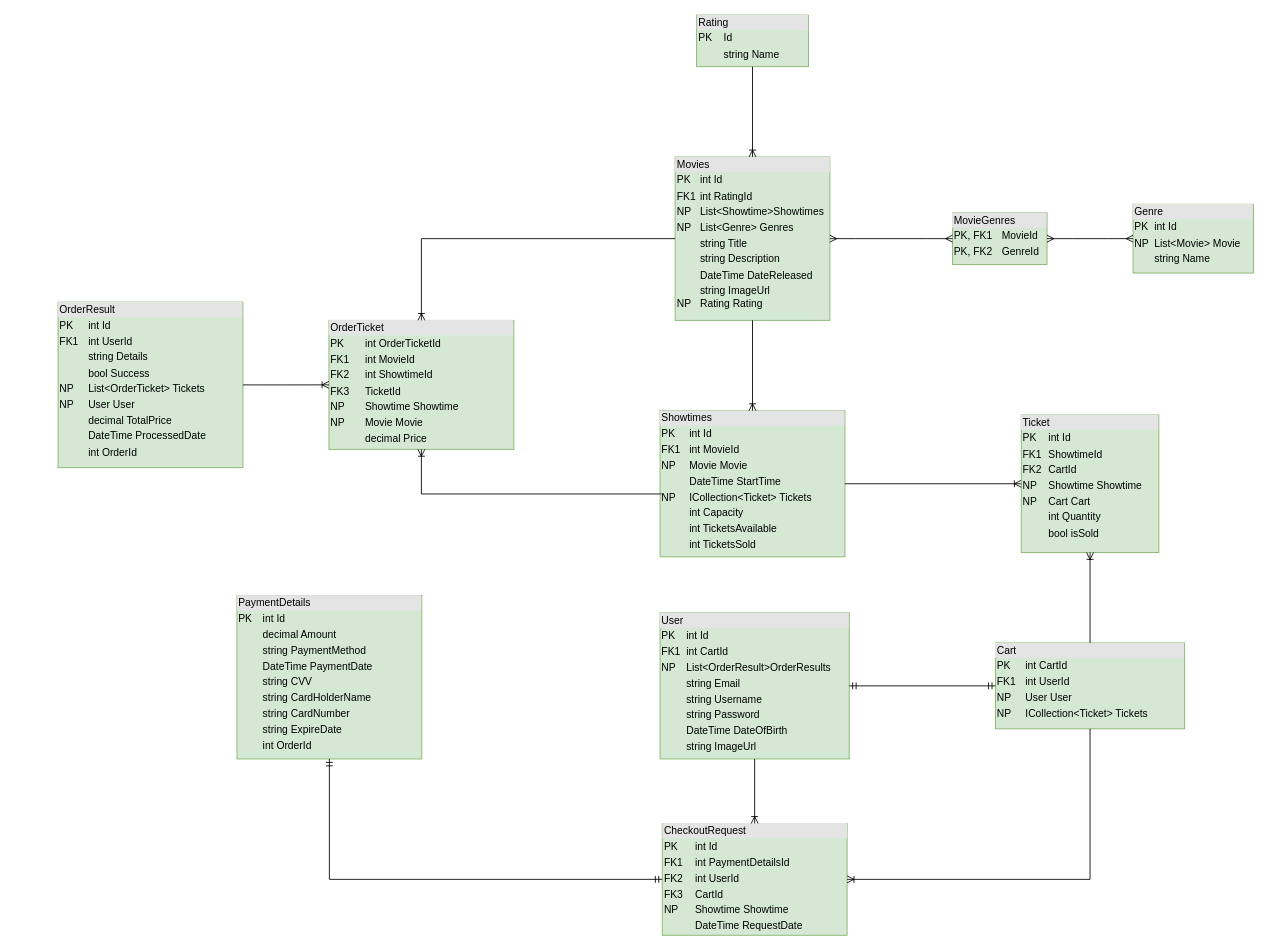
Jackson-Williams-15/CockyMovies keeps this draw.io diagram as CM.API/Untitled Diagram.drawio. Above is the earlier version. Source tidied: cells renumbered, new cells numbered last; positions are measured from the earlier drawing's top-left corner, leaving out a move shared by most shapes. Both pictures are drawn from the tidied source at 86%, with x=0, y=0 at pixel (58, 15).
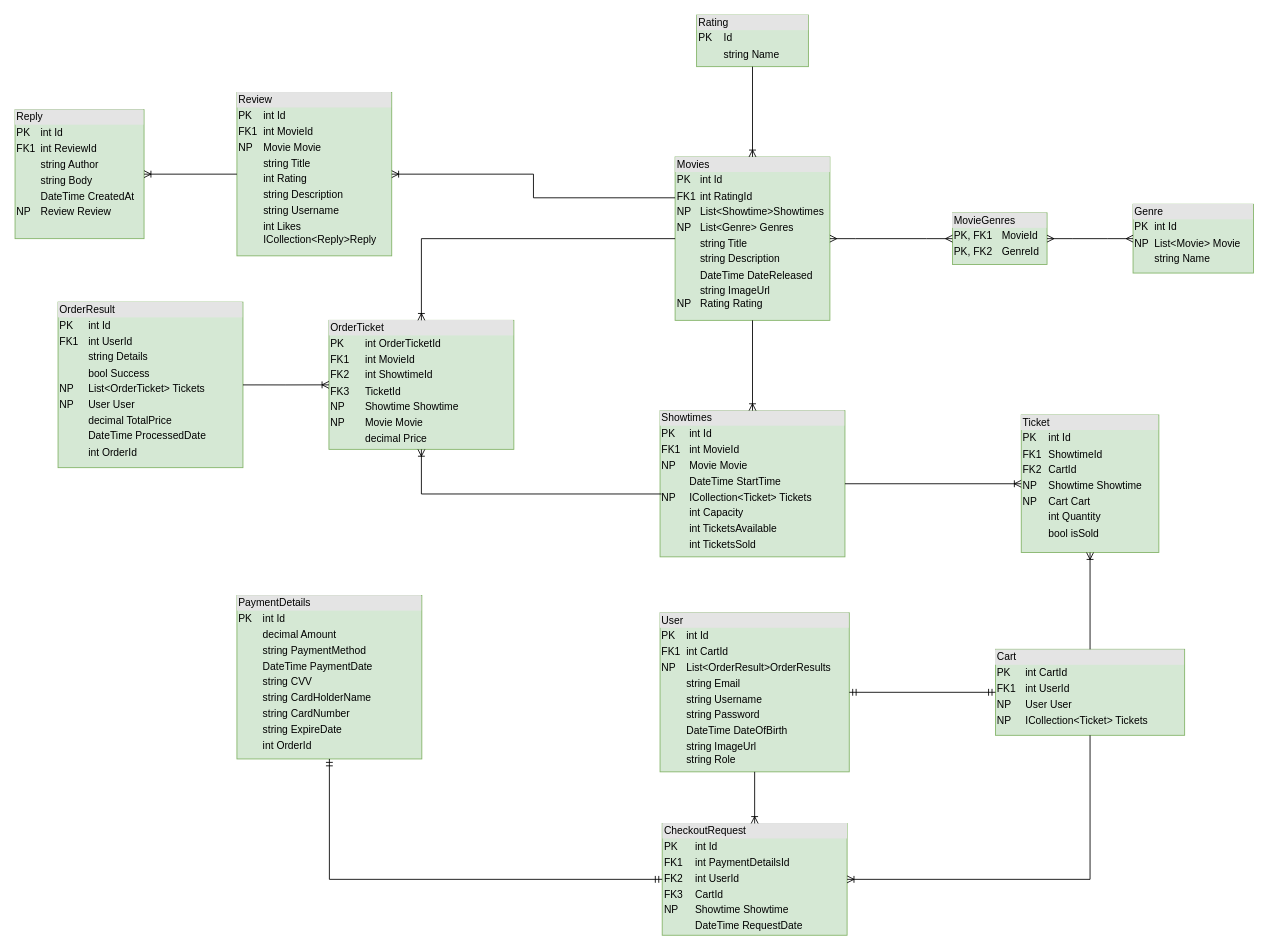
The same diagram, later.

The change refers to these unchanged cells:
```xml
<mxCell id="2" value="&lt;div style=&quot;box-sizing:border-box;width:100%;background:#e4e4e4;padding:2px;&quot;&gt;Movies&lt;/div&gt;&lt;table style=&quot;width:100%;font-size:1em;&quot; cellpadding=&quot;2&quot; cellspacing=&quot;0&quot;&gt;&lt;tbody&gt;&lt;tr&gt;&lt;td&gt;PK&lt;/td&gt;&lt;td&gt;int Id&lt;/td&gt;&lt;/tr&gt;&lt;tr&gt;&lt;td&gt;FK1&lt;/td&gt;&lt;td&gt;int RatingId&lt;/td&gt;&lt;/tr&gt;&lt;tr&gt;&lt;td&gt;NP&lt;/td&gt;&lt;td&gt;List&amp;lt;Showtime&amp;gt;Showtimes&lt;/td&gt;&lt;/tr&gt;&lt;tr&gt;&lt;td&gt;NP&lt;/td&gt;&lt;td&gt;List&amp;lt;Genre&amp;gt; Genres&lt;/td&gt;&lt;/tr&gt;&lt;tr&gt;&lt;td&gt;&lt;br&gt;&lt;/td&gt;&lt;td&gt;string Title&lt;/td&gt;&lt;/tr&gt;&lt;tr&gt;&lt;td&gt;&lt;br&gt;&lt;/td&gt;&lt;td&gt;string Description&lt;/td&gt;&lt;/tr&gt;&lt;tr&gt;&lt;td&gt;&lt;br&gt;&lt;/td&gt;&lt;td&gt;DateTime DateReleased&lt;/td&gt;&lt;/tr&gt;&lt;tr&gt;&lt;td&gt;NP&lt;/td&gt;&lt;td&gt;string ImageUrl&lt;br&gt;Rating Rating&lt;br&gt;&lt;br&gt;&lt;/td&gt;&lt;/tr&gt;&lt;/tbody&gt;&lt;/table&gt;" style="verticalAlign=top;align=left;overflow=fill;html=1;whiteSpace=wrap;fillColor=#d5e8d4;strokeColor=#82b366;" parent="1" vertex="1">
  <mxGeometry x="717.5" y="165" width="180" height="190" as="geometry" />
</mxCell>
```

Diff of the diagram source:
```diff
@@
     <mxCell id="11" value="&lt;div style=&quot;box-sizing:border-box;width:100%;background:#e4e4e4;padding:2px;&quot;&gt;Cart&lt;/div&gt;&lt;table style=&quot;width:100%;font-size:1em;&quot; cellpadding=&quot;2&quot; cellspacing=&quot;0&quot;&gt;&lt;tbody&gt;&lt;tr&gt;&lt;td&gt;PK&lt;/td&gt;&lt;td&gt;int CartId&lt;/td&gt;&lt;/tr&gt;&lt;tr&gt;&lt;td&gt;FK1&lt;/td&gt;&lt;td&gt;int UserId&lt;/td&gt;&lt;/tr&gt;&lt;tr&gt;&lt;td&gt;NP&lt;/td&gt;&lt;td&gt;User User&lt;/td&gt;&lt;/tr&gt;&lt;tr&gt;&lt;td&gt;NP&lt;/td&gt;&lt;td&gt;ICollection&amp;lt;Ticket&amp;gt; Tickets&lt;/td&gt;&lt;/tr&gt;&lt;tr&gt;&lt;td&gt;&lt;br&gt;&lt;/td&gt;&lt;td&gt;&lt;/td&gt;&lt;/tr&gt;&lt;tr&gt;&lt;td&gt;&lt;br&gt;&lt;/td&gt;&lt;td&gt;&lt;br&gt;&lt;br&gt;&lt;/td&gt;&lt;/tr&gt;&lt;/tbody&gt;&lt;/table&gt;" style="verticalAlign=top;align=left;overflow=fill;html=1;whiteSpace=wrap;fillColor=#d5e8d4;strokeColor=#82b366;" parent="1" vertex="1">
-      <mxGeometry x="1090" y="730" width="220" height="100" as="geometry" />
+      <mxGeometry x="1090" y="737.5" width="220" height="100" as="geometry" />
     </mxCell>
-    <mxCell id="12" value="&lt;div style=&quot;box-sizing:border-box;width:100%;background:#e4e4e4;padding:2px;&quot;&gt;User&lt;/div&gt;&lt;table style=&quot;width:100%;font-size:1em;&quot; cellpadding=&quot;2&quot; cellspacing=&quot;0&quot;&gt;&lt;tbody&gt;&lt;tr&gt;&lt;td&gt;PK&lt;/td&gt;&lt;td&gt;int Id&lt;/td&gt;&lt;/tr&gt;&lt;tr&gt;&lt;td&gt;FK1&lt;/td&gt;&lt;td&gt;int CartId&lt;/td&gt;&lt;/tr&gt;&lt;tr&gt;&lt;td&gt;NP&lt;/td&gt;&lt;td&gt;List&amp;lt;OrderResult&amp;gt;OrderResults&lt;/td&gt;&lt;/tr&gt;&lt;tr&gt;&lt;td&gt;&lt;br&gt;&lt;/td&gt;&lt;td&gt;string Email&lt;/td&gt;&lt;/tr&gt;&lt;tr&gt;&lt;td&gt;&lt;br&gt;&lt;/td&gt;&lt;td&gt;string Username&lt;/td&gt;&lt;/tr&gt;&lt;tr&gt;&lt;td&gt;&lt;br&gt;&lt;/td&gt;&lt;td&gt;string Password&lt;/td&gt;&lt;/tr&gt;&lt;tr&gt;&lt;td&gt;&lt;br&gt;&lt;/td&gt;&lt;td&gt;DateTime DateOfBirth&lt;/td&gt;&lt;/tr&gt;&lt;tr&gt;&lt;td&gt;&lt;br&gt;&lt;/td&gt;&lt;td&gt;string ImageUrl&lt;br&gt;&lt;br&gt;&lt;/td&gt;&lt;/tr&gt;&lt;/tbody&gt;&lt;/table&gt;" style="verticalAlign=top;align=left;overflow=fill;html=1;whiteSpace=wrap;fillColor=#d5e8d4;strokeColor=#82b366;" parent="1" vertex="1">
-      <mxGeometry x="700" y="695" width="220" height="170" as="geometry" />
+    <mxCell id="12" value="&lt;div style=&quot;box-sizing:border-box;width:100%;background:#e4e4e4;padding:2px;&quot;&gt;User&lt;/div&gt;&lt;table style=&quot;width:100%;font-size:1em;&quot; cellpadding=&quot;2&quot; cellspacing=&quot;0&quot;&gt;&lt;tbody&gt;&lt;tr&gt;&lt;td&gt;PK&lt;/td&gt;&lt;td&gt;int Id&lt;/td&gt;&lt;/tr&gt;&lt;tr&gt;&lt;td&gt;FK1&lt;/td&gt;&lt;td&gt;int CartId&lt;/td&gt;&lt;/tr&gt;&lt;tr&gt;&lt;td&gt;NP&lt;/td&gt;&lt;td&gt;List&amp;lt;OrderResult&amp;gt;OrderResults&lt;/td&gt;&lt;/tr&gt;&lt;tr&gt;&lt;td&gt;&lt;br&gt;&lt;/td&gt;&lt;td&gt;string Email&lt;/td&gt;&lt;/tr&gt;&lt;tr&gt;&lt;td&gt;&lt;br&gt;&lt;/td&gt;&lt;td&gt;string Username&lt;/td&gt;&lt;/tr&gt;&lt;tr&gt;&lt;td&gt;&lt;br&gt;&lt;/td&gt;&lt;td&gt;string Password&lt;/td&gt;&lt;/tr&gt;&lt;tr&gt;&lt;td&gt;&lt;br&gt;&lt;/td&gt;&lt;td&gt;DateTime DateOfBirth&lt;/td&gt;&lt;/tr&gt;&lt;tr&gt;&lt;td&gt;&lt;br&gt;&lt;/td&gt;&lt;td&gt;string ImageUrl&lt;br&gt;string Role&lt;/td&gt;&lt;/tr&gt;&lt;/tbody&gt;&lt;/table&gt;" style="verticalAlign=top;align=left;overflow=fill;html=1;whiteSpace=wrap;fillColor=#d5e8d4;strokeColor=#82b366;" parent="1" vertex="1">
+      <mxGeometry x="700" y="695" width="220" height="185" as="geometry" />
     </mxCell>
@@
+    <mxCell id="27" value="&lt;div style=&quot;box-sizing:border-box;width:100%;background:#e4e4e4;padding:2px;&quot;&gt;Review&lt;/div&gt;&lt;table style=&quot;width:100%;font-size:1em;&quot; cellpadding=&quot;2&quot; cellspacing=&quot;0&quot;&gt;&lt;tbody&gt;&lt;tr&gt;&lt;td&gt;PK&lt;/td&gt;&lt;td&gt;int Id&lt;/td&gt;&lt;/tr&gt;&lt;tr&gt;&lt;td&gt;FK1&lt;/td&gt;&lt;td&gt;int MovieId&lt;/td&gt;&lt;/tr&gt;&lt;tr&gt;&lt;td&gt;NP&lt;/td&gt;&lt;td&gt;Movie Movie&lt;/td&gt;&lt;/tr&gt;&lt;tr&gt;&lt;td&gt;&lt;br&gt;&lt;/td&gt;&lt;td&gt;string Title&lt;/td&gt;&lt;/tr&gt;&lt;tr&gt;&lt;td&gt;&lt;br&gt;&lt;/td&gt;&lt;td&gt;int Rating&lt;/td&gt;&lt;/tr&gt;&lt;tr&gt;&lt;td&gt;&lt;br&gt;&lt;/td&gt;&lt;td&gt;string Description&lt;/td&gt;&lt;/tr&gt;&lt;tr&gt;&lt;td&gt;&lt;br&gt;&lt;/td&gt;&lt;td&gt;string Username&lt;/td&gt;&lt;/tr&gt;&lt;tr&gt;&lt;td&gt;&lt;br&gt;&lt;/td&gt;&lt;td&gt;int Likes&lt;br&gt;ICollection&amp;lt;Reply&amp;gt;Reply&lt;br&gt;&lt;br&gt;&lt;/td&gt;&lt;/tr&gt;&lt;/tbody&gt;&lt;/table&gt;" style="verticalAlign=top;align=left;overflow=fill;html=1;whiteSpace=wrap;fillColor=#d5e8d4;strokeColor=#82b366;" parent="1" vertex="1">
+      <mxGeometry x="208" y="90" width="180" height="190" as="geometry" />
+    </mxCell>
+    <mxCell id="28" style="fontSize=12;html=1;endArrow=ERoneToMany;rounded=0;exitX=0;exitY=0.25;exitDx=0;exitDy=0;edgeStyle=orthogonalEdgeStyle;entryX=1;entryY=0.5;entryDx=0;entryDy=0;" parent="1" edge="1" source="2" target="27">
+      <mxGeometry relative="1" as="geometry" />
+    </mxCell>
+    <mxCell id="29" value="&lt;div style=&quot;box-sizing:border-box;width:100%;background:#e4e4e4;padding:2px;&quot;&gt;Reply&lt;/div&gt;&lt;table style=&quot;width:100%;font-size:1em;&quot; cellpadding=&quot;2&quot; cellspacing=&quot;0&quot;&gt;&lt;tbody&gt;&lt;tr&gt;&lt;td&gt;PK&lt;/td&gt;&lt;td&gt;int Id&lt;/td&gt;&lt;/tr&gt;&lt;tr&gt;&lt;td&gt;FK1&lt;/td&gt;&lt;td&gt;int ReviewId&lt;/td&gt;&lt;/tr&gt;&lt;tr&gt;&lt;td&gt;&lt;br&gt;&lt;/td&gt;&lt;td&gt;string Author&lt;/td&gt;&lt;/tr&gt;&lt;tr&gt;&lt;td&gt;&lt;br&gt;&lt;/td&gt;&lt;td&gt;string Body&lt;/td&gt;&lt;/tr&gt;&lt;tr&gt;&lt;td&gt;&lt;br&gt;&lt;/td&gt;&lt;td&gt;DateTime CreatedAt&lt;/td&gt;&lt;/tr&gt;&lt;tr&gt;&lt;td&gt;NP&lt;/td&gt;&lt;td&gt;Review Review&lt;/td&gt;&lt;/tr&gt;&lt;tr&gt;&lt;td&gt;&lt;br&gt;&lt;/td&gt;&lt;td&gt;&lt;br&gt;&lt;/td&gt;&lt;/tr&gt;&lt;tr&gt;&lt;td&gt;&lt;br&gt;&lt;/td&gt;&lt;td&gt;&lt;br&gt;&lt;/td&gt;&lt;/tr&gt;&lt;/tbody&gt;&lt;/table&gt;" style="verticalAlign=top;align=left;overflow=fill;html=1;whiteSpace=wrap;fillColor=#d5e8d4;strokeColor=#82b366;" parent="1" vertex="1">
+      <mxGeometry x="-50" y="110" width="150" height="150" as="geometry" />
+    </mxCell>
+    <mxCell id="30" style="edgeStyle=orthogonalEdgeStyle;fontSize=12;html=1;endArrow=ERoneToMany;rounded=0;entryX=1;entryY=0.5;entryDx=0;entryDy=0;exitX=0;exitY=0.5;exitDx=0;exitDy=0;" parent="1" edge="1" source="27" target="29">
+      <mxGeometry relative="1" as="geometry" />
+    </mxCell>
```
